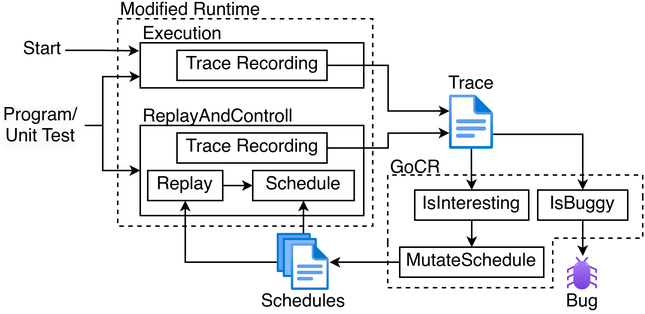
Earlier version of the draw.io export doc/img/architecture/architecture.png (ErikKassubek/ADVOCATE). Source tidied: cells renumbered, new cells last; positions are measured from the earlier drawing's top-left corner, leaving out a move shared by most shapes.
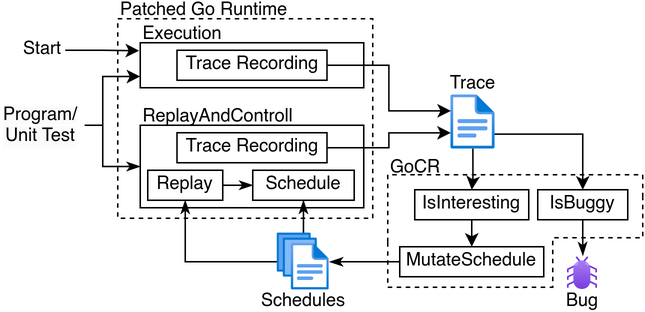
The same diagram one commit later.

Change to the diagram source:
```diff
@@ -3,12 +3,12 @@
     <mxCell id="0" />
     <mxCell id="1" parent="0" />
     <mxCell id="2" style="rounded=0;whiteSpace=wrap;html=1;dashed=1;" parent="1" vertex="1">
-      <mxGeometry x="78" y="10" width="170" height="138" as="geometry" />
+      <mxGeometry x="78" y="10" width="170" height="133" as="geometry" />
     </mxCell>
     <mxCell id="3" style="rounded=0;whiteSpace=wrap;html=1;" parent="1" vertex="1">
-      <mxGeometry x="93" y="81" width="149" height="60" as="geometry" />
+      <mxGeometry x="93" y="81" width="149" height="55" as="geometry" />
     </mxCell>
-    <mxCell id="4" style="edgeStyle=orthogonalEdgeStyle;rounded=0;jettySize=auto;html=1;exitX=1;exitY=0.5;exitDx=0;exitDy=0;entryX=0;entryY=0.5;entryDx=0;entryDy=0;endArrow=classic;endFill=1;strokeWidth=1;startSize=6;endSize=4;" parent="1" edge="1" source="5" target="6">
+    <mxCell id="4" style="edgeStyle=orthogonalEdgeStyle;rounded=0;jettySize=auto;html=1;exitX=1;exitY=0.5;exitDx=0;exitDy=0;entryX=0;entryY=0.5;entryDx=0;entryDy=0;endArrow=classicThin;endFill=1;" parent="1" edge="1" source="5" target="6">
       <mxGeometry relative="1" as="geometry" />
     </mxCell>
     <mxCell id="5" value="Replay" style="rounded=0;whiteSpace=wrap;html=1;" parent="1" vertex="1">
@@ -20,30 +20,30 @@
     <mxCell id="7" value="Trace Recording" style="rounded=0;whiteSpace=wrap;html=1;" parent="1" vertex="1">
       <mxGeometry x="117.5" y="86" width="100" height="20" as="geometry" />
     </mxCell>
-    <mxCell id="8" style="edgeStyle=orthogonalEdgeStyle;rounded=0;jettySize=auto;html=1;exitX=0.428;exitY=0.04;exitDx=0;exitDy=0;entryX=0.5;entryY=1;entryDx=0;entryDy=0;exitPerimeter=0;endArrow=classic;endFill=1;strokeWidth=1;startSize=6;endSize=4;" parent="1" edge="1" source="12" target="6">
+    <mxCell id="8" style="edgeStyle=orthogonalEdgeStyle;rounded=0;jettySize=auto;html=1;exitX=0.428;exitY=0.04;exitDx=0;exitDy=0;entryX=0.5;entryY=1;entryDx=0;entryDy=0;exitPerimeter=0;endArrow=classicThin;endFill=1;" parent="1" edge="1" source="12" target="6">
       <mxGeometry relative="1" as="geometry" />
     </mxCell>
     <mxCell id="9" value="Trace" style="text;html=1;align=center;verticalAlign=middle;whiteSpace=wrap;rounded=0;" parent="1" vertex="1">
-      <mxGeometry x="296" y="46" width="36" height="16" as="geometry" />
+      <mxGeometry x="297" y="46" width="36" height="16" as="geometry" />
     </mxCell>
     <mxCell id="10" value="Bug" style="text;html=1;align=center;verticalAlign=middle;whiteSpace=wrap;rounded=0;" parent="1" vertex="1">
       <mxGeometry x="368" y="191" width="40" height="15" as="geometry" />
     </mxCell>
-    <mxCell id="11" style="edgeStyle=orthogonalEdgeStyle;rounded=0;jettySize=auto;html=1;entryX=0.5;entryY=1;entryDx=0;entryDy=0;endArrow=classic;endFill=1;strokeWidth=1;startSize=6;endSize=4;" parent="1" edge="1" source="12" target="5">
+    <mxCell id="11" style="edgeStyle=orthogonalEdgeStyle;rounded=0;jettySize=auto;html=1;entryX=0.5;entryY=1;entryDx=0;entryDy=0;endArrow=classicThin;endFill=1;" parent="1" edge="1" source="12" target="5">
       <mxGeometry relative="1" as="geometry" />
     </mxCell>
     <mxCell id="12" style="image;html=1;points=[];align=center;fontSize=12;image=img/lib/azure2/general/Files.svg;spacingBottom=-6;" parent="1" vertex="1">
       <mxGeometry x="184.4" y="153" width="34.7" height="38" as="geometry" />
     </mxCell>
-    <mxCell id="13" style="edgeStyle=orthogonalEdgeStyle;rounded=0;jettySize=auto;html=1;entryX=0;entryY=0.5;entryDx=0;entryDy=0;endArrow=classic;endFill=1;strokeWidth=1;startSize=6;endSize=4;" parent="1" edge="1" source="15" target="3">
+    <mxCell id="13" style="edgeStyle=orthogonalEdgeStyle;rounded=0;jettySize=auto;html=1;entryX=0;entryY=0.5;entryDx=0;entryDy=0;endArrow=classicThin;endFill=1;" parent="1" edge="1" source="15" target="3">
       <mxGeometry relative="1" as="geometry">
         <Array as="points">
           <mxPoint x="68" y="81" />
-          <mxPoint x="68" y="111" />
+          <mxPoint x="68" y="108" />
         </Array>
       </mxGeometry>
     </mxCell>
-    <mxCell id="14" style="edgeStyle=orthogonalEdgeStyle;rounded=0;jettySize=auto;html=1;exitX=1;exitY=0.5;exitDx=0;exitDy=0;entryX=0;entryY=0.75;entryDx=0;entryDy=0;endArrow=classic;endFill=1;strokeWidth=1;startSize=6;endSize=4;" parent="1" edge="1" source="15" target="21">
+    <mxCell id="14" style="edgeStyle=orthogonalEdgeStyle;rounded=0;jettySize=auto;html=1;exitX=1;exitY=0.5;exitDx=0;exitDy=0;entryX=0;entryY=0.75;entryDx=0;entryDy=0;" parent="1" edge="1" source="15" target="21">
       <mxGeometry relative="1" as="geometry">
         <Array as="points">
           <mxPoint x="68" y="81" />
@@ -60,13 +60,13 @@
     <mxCell id="17" value="Schedules" style="text;html=1;align=center;verticalAlign=middle;whiteSpace=wrap;rounded=0;" parent="1" vertex="1">
       <mxGeometry x="171.8" y="191" width="60" height="15" as="geometry" />
     </mxCell>
-    <mxCell id="18" style="edgeStyle=orthogonalEdgeStyle;rounded=0;jettySize=auto;html=1;exitX=0;exitY=0.5;exitDx=0;exitDy=0;entryX=1;entryY=0.501;entryDx=0;entryDy=0;entryPerimeter=0;endArrow=classic;endFill=1;strokeWidth=1;startSize=6;endSize=4;" parent="1" edge="1" source="39" target="12">
+    <mxCell id="18" style="edgeStyle=orthogonalEdgeStyle;rounded=0;jettySize=auto;html=1;exitX=0;exitY=0.5;exitDx=0;exitDy=0;entryX=1;entryY=0.501;entryDx=0;entryDy=0;entryPerimeter=0;endArrow=classicThin;endFill=1;" parent="1" edge="1" source="39" target="12">
       <mxGeometry relative="1" as="geometry" />
     </mxCell>
     <mxCell id="19" value="GoCR" style="text;html=1;align=left;verticalAlign=middle;whiteSpace=wrap;rounded=0;" parent="1" vertex="1">
       <mxGeometry x="258" y="103" width="47.4" height="14" as="geometry" />
     </mxCell>
-    <mxCell id="20" style="edgeStyle=orthogonalEdgeStyle;rounded=0;jettySize=auto;html=1;exitX=0.492;exitY=0.988;exitDx=0;exitDy=0;entryX=0.5;entryY=0;entryDx=0;entryDy=0;exitPerimeter=0;endArrow=classic;endFill=1;strokeWidth=1;startSize=6;endSize=4;" parent="1" edge="1" source="28" target="38">
+    <mxCell id="20" style="edgeStyle=orthogonalEdgeStyle;rounded=0;jettySize=auto;html=1;exitX=0.492;exitY=0.988;exitDx=0;exitDy=0;entryX=0.5;entryY=0;entryDx=0;entryDy=0;exitPerimeter=0;" parent="1" edge="1" source="28" target="38">
       <mxGeometry relative="1" as="geometry">
         <Array as="points">
           <mxPoint x="314" y="116" />
@@ -82,7 +82,7 @@
     <mxCell id="23" value="Execution" style="text;html=1;align=left;verticalAlign=middle;whiteSpace=wrap;rounded=0;" parent="1" vertex="1">
       <mxGeometry x="93" y="16" width="60" height="10" as="geometry" />
     </mxCell>
-    <mxCell id="24" style="edgeStyle=orthogonalEdgeStyle;rounded=0;jettySize=auto;html=1;exitX=1;exitY=0.5;exitDx=0;exitDy=0;endArrow=classic;endFill=1;strokeWidth=1;startSize=6;endSize=4;" parent="1" edge="1" source="25">
+    <mxCell id="24" style="edgeStyle=orthogonalEdgeStyle;rounded=0;jettySize=auto;html=1;exitX=1;exitY=0.5;exitDx=0;exitDy=0;" parent="1" edge="1" source="25">
       <mxGeometry relative="1" as="geometry">
         <mxPoint x="92.3" y="31.3" as="targetPoint" />
       </mxGeometry>
@@ -90,23 +90,23 @@
     <mxCell id="25" value="Start" style="text;html=1;align=center;verticalAlign=middle;whiteSpace=wrap;rounded=0;" parent="1" vertex="1">
       <mxGeometry x="13" y="16" width="30" height="30" as="geometry" />
     </mxCell>
-    <mxCell id="26" style="edgeStyle=orthogonalEdgeStyle;rounded=0;jettySize=auto;html=1;exitX=0.973;exitY=0.719;exitDx=0;exitDy=0;entryX=0.5;entryY=0;entryDx=0;entryDy=0;exitPerimeter=0;endArrow=classic;endFill=1;strokeWidth=1;startSize=6;endSize=4;" parent="1" edge="1" source="28" target="35">
+    <mxCell id="26" style="edgeStyle=orthogonalEdgeStyle;rounded=0;jettySize=auto;html=1;exitX=0.973;exitY=0.719;exitDx=0;exitDy=0;entryX=0.5;entryY=0;entryDx=0;entryDy=0;exitPerimeter=0;" parent="1" edge="1" source="28" target="35">
       <mxGeometry relative="1" as="geometry">
         <Array as="points">
           <mxPoint x="388" y="87" />
         </Array>
       </mxGeometry>
     </mxCell>
-    <mxCell id="27" value="Modified Runtime" style="text;html=1;align=left;verticalAlign=middle;whiteSpace=wrap;rounded=0;" parent="1" vertex="1">
+    <mxCell id="27" value="Patched Go Runtime" style="text;html=1;align=left;verticalAlign=middle;whiteSpace=wrap;rounded=0;" parent="1" vertex="1">
       <mxGeometry x="78" width="120" height="10" as="geometry" />
     </mxCell>
     <mxCell id="28" style="image;html=1;points=[];align=center;fontSize=12;image=img/lib/azure2/general/File.svg;" parent="1" vertex="1">
-      <mxGeometry x="299" y="61" width="30" height="36" as="geometry" />
+      <mxGeometry x="300" y="61" width="30" height="36" as="geometry" />
     </mxCell>
-    <mxCell id="29" style="edgeStyle=orthogonalEdgeStyle;rounded=0;jettySize=auto;html=1;exitX=1;exitY=0.5;exitDx=0;exitDy=0;entryX=0.005;entryY=0.289;entryDx=0;entryDy=0;entryPerimeter=0;endArrow=classic;endFill=1;strokeWidth=1;startSize=6;endSize=4;" parent="1" edge="1" source="22" target="28">
+    <mxCell id="29" style="edgeStyle=orthogonalEdgeStyle;rounded=0;jettySize=auto;html=1;exitX=1;exitY=0.5;exitDx=0;exitDy=0;entryX=0.005;entryY=0.289;entryDx=0;entryDy=0;entryPerimeter=0;" parent="1" edge="1" source="22" target="28">
       <mxGeometry relative="1" as="geometry" />
     </mxCell>
-    <mxCell id="30" style="edgeStyle=orthogonalEdgeStyle;rounded=0;jettySize=auto;html=1;exitX=1;exitY=0.5;exitDx=0;exitDy=0;entryX=0.002;entryY=0.696;entryDx=0;entryDy=0;entryPerimeter=0;endArrow=classic;endFill=1;strokeWidth=1;startSize=6;endSize=4;" parent="1" edge="1" source="7" target="28">
+    <mxCell id="30" style="edgeStyle=orthogonalEdgeStyle;rounded=0;jettySize=auto;html=1;exitX=1;exitY=0.5;exitDx=0;exitDy=0;entryX=0.002;entryY=0.696;entryDx=0;entryDy=0;entryPerimeter=0;" parent="1" edge="1" source="7" target="28">
       <mxGeometry relative="1" as="geometry" />
     </mxCell>
     <mxCell id="31" style="endArrow=none;html=1;rounded=0;dashed=1;" parent="1" edge="1">
@@ -152,7 +152,7 @@
     <mxCell id="36" style="image;html=1;points=[];align=center;fontSize=12;image=img/lib/azure2/general/Bug.svg;" parent="1" vertex="1">
       <mxGeometry x="378" y="169" width="20" height="21.7" as="geometry" />
     </mxCell>
-    <mxCell id="37" style="edgeStyle=orthogonalEdgeStyle;rounded=0;jettySize=auto;html=1;endArrow=classic;endFill=1;entryX=0.504;entryY=-0.051;entryDx=0;entryDy=0;entryPerimeter=0;strokeWidth=1;startSize=6;endSize=4;" parent="1" edge="1" source="35" target="36">
+    <mxCell id="37" style="edgeStyle=orthogonalEdgeStyle;rounded=0;jettySize=auto;html=1;endArrow=classicThin;endFill=1;entryX=0.504;entryY=-0.051;entryDx=0;entryDy=0;entryPerimeter=0;" parent="1" edge="1" source="35" target="36">
       <mxGeometry relative="1" as="geometry" />
     </mxCell>
     <mxCell id="38" value="IsInteresting" style="rounded=0;whiteSpace=wrap;html=1;" parent="1" vertex="1">
@@ -161,7 +161,7 @@
     <mxCell id="39" value="MutateSchedule" style="rounded=0;whiteSpace=wrap;html=1;" parent="1" vertex="1">
       <mxGeometry x="266" y="162" width="96" height="20" as="geometry" />
     </mxCell>
-    <mxCell id="40" style="edgeStyle=orthogonalEdgeStyle;rounded=0;jettySize=auto;html=1;exitX=0.5;exitY=1;exitDx=0;exitDy=0;entryX=0.5;entryY=0;entryDx=0;entryDy=0;endArrow=classic;endFill=1;strokeWidth=1;startSize=6;endSize=4;" parent="1" edge="1" source="38" target="39">
+    <mxCell id="40" style="edgeStyle=orthogonalEdgeStyle;rounded=0;jettySize=auto;html=1;exitX=0.5;exitY=1;exitDx=0;exitDy=0;entryX=0.5;entryY=0;entryDx=0;entryDy=0;" parent="1" edge="1" source="38" target="39">
       <mxGeometry relative="1" as="geometry" />
     </mxCell>
     <mxCell id="41" style="endArrow=none;html=1;rounded=0;dashed=1;" parent="1" edge="1">
```
